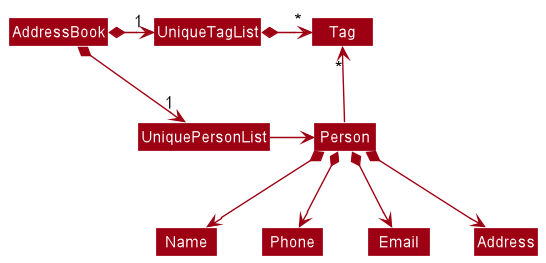
The PlantUML diagram docs/images/BetterModelClassDiagram.png in nus-cs2103-AY2223S1/tp, before a commit.
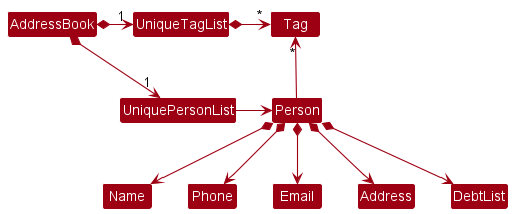
Above is the later version.

Commit message:
Update UML diagrams for Model

Diff of the diagram source:
```diff
@@ -18,4 +18,5 @@
 Person *--> Phone
 Person *--> Email
 Person *--> Address
+Person *--> DebtList
 @enduml
```
